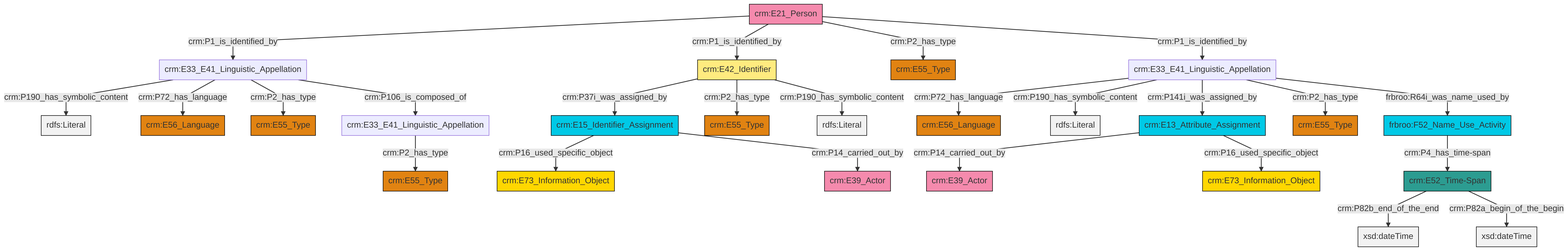
Before: et/personCSV/ttl/mmd/png/Person_Names_and_Classification.png, a diagram exported from Mermaid (swiss-art-research-net/reference-data-models). Its source is kept beside it as et/personCSV/ttl/mmd/Person_Names_and_Classification.ttl.mmd.
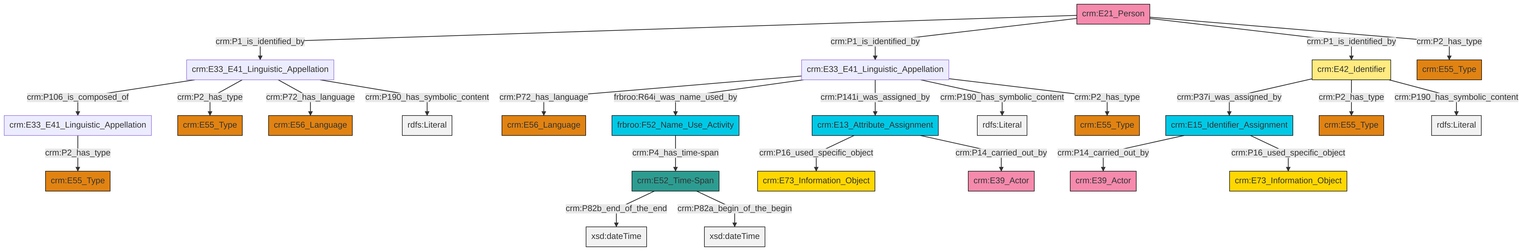
Above is the later version.

What changed in the source:
```diff
@@ -13,27 +13,27 @@
 classDef PC_Classes fill:#4ce600, stroke:#000000;
 classDef Multi fill:#cccccc,stroke:#000000;
 
-0["crm:E33_E41_Linguistic_Appellation"]:::Default -->|crm:P190_has_symbolic_content| 1[rdfs:Literal]:::Literal
-10["crm:E52_Time-Span"]:::Time-Span -->|crm:P82b_end_of_the_end| 11[xsd:dateTime]:::Literal
-12["crm:E33_E41_Linguistic_Appellation"]:::Default -->|crm:P72_has_language| 8["crm:E56_Language"]:::Type
-13["crm:E13_Attribute_Assignment"]:::Temporal_Entity -->|crm:P14_carried_out_by| 14["crm:E39_Actor"]:::Actor
-12["crm:E33_E41_Linguistic_Appellation"]:::Default -->|crm:P190_has_symbolic_content| 17[rdfs:Literal]:::Literal
-20["crm:E15_Identifier_Assignment"]:::Temporal_Entity -->|crm:P16_used_specific_object| 2["crm:E73_Information_Object"]:::Conceptual_Object
-12["crm:E33_E41_Linguistic_Appellation"]:::Default -->|crm:P141i_was_assigned_by| 13["crm:E13_Attribute_Assignment"]:::Temporal_Entity
-24["crm:E21_Person"]:::Actor -->|crm:P1_is_identified_by| 0["crm:E33_E41_Linguistic_Appellation"]:::Default
-24["crm:E21_Person"]:::Actor -->|crm:P1_is_identified_by| 21["crm:E42_Identifier"]:::Appellation
-0["crm:E33_E41_Linguistic_Appellation"]:::Default -->|crm:P72_has_language| 18["crm:E56_Language"]:::Type
-13["crm:E13_Attribute_Assignment"]:::Temporal_Entity -->|crm:P16_used_specific_object| 30["crm:E73_Information_Object"]:::Conceptual_Object
-20["crm:E15_Identifier_Assignment"]:::Temporal_Entity -->|crm:P14_carried_out_by| 15["crm:E39_Actor"]:::Actor
-24["crm:E21_Person"]:::Actor -->|crm:P2_has_type| 25["crm:E55_Type"]:::Type
-28["frbroo:F52_Name_Use_Activity"]:::Temporal_Entity -->|crm:P4_has_time-span| 10["crm:E52_Time-Span"]:::Time-Span
-10["crm:E52_Time-Span"]:::Time-Span -->|crm:P82a_begin_of_the_begin| 35[xsd:dateTime]:::Literal
-0["crm:E33_E41_Linguistic_Appellation"]:::Default -->|crm:P2_has_type| 38["crm:E55_Type"]:::Type
-4["crm:E33_E41_Linguistic_Appellation"]:::Default -->|crm:P2_has_type| 33["crm:E55_Type"]:::Type
-21["crm:E42_Identifier"]:::Appellation -->|crm:P37i_was_assigned_by| 20["crm:E15_Identifier_Assignment"]:::Temporal_Entity
-24["crm:E21_Person"]:::Actor -->|crm:P1_is_identified_by| 12["crm:E33_E41_Linguistic_Appellation"]:::Default
-12["crm:E33_E41_Linguistic_Appellation"]:::Default -->|crm:P2_has_type| 6["crm:E55_Type"]:::Type
-12["crm:E33_E41_Linguistic_Appellation"]:::Default -->|frbroo:R64i_was_name_used_by| 28["frbroo:F52_Name_Use_Activity"]:::Temporal_Entity
-21["crm:E42_Identifier"]:::Appellation -->|crm:P2_has_type| 36["crm:E55_Type"]:::Type
-21["crm:E42_Identifier"]:::Appellation -->|crm:P190_has_symbolic_content| 42[rdfs:Literal]:::Literal
-0["crm:E33_E41_Linguistic_Appellation"]:::Default -->|crm:P106_is_composed_of| 4["crm:E33_E41_Linguistic_Appellation"]:::Default
+0["crm:E33_E41_Linguistic_Appellation"]:::Default -->|crm:P106_is_composed_of| 1["crm:E33_E41_Linguistic_Appellation"]:::Default
+6["crm:E33_E41_Linguistic_Appellation"]:::Default -->|crm:P72_has_language| 7["crm:E56_Language"]:::Type
+0["crm:E33_E41_Linguistic_Appellation"]:::Default -->|crm:P2_has_type| 10["crm:E55_Type"]:::Type
+13["crm:E13_Attribute_Assignment"]:::Temporal_Entity -->|crm:P16_used_specific_object| 4["crm:E73_Information_Object"]:::Conceptual_Object
+14["crm:E21_Person"]:::Actor -->|crm:P1_is_identified_by| 0["crm:E33_E41_Linguistic_Appellation"]:::Default
+0["crm:E33_E41_Linguistic_Appellation"]:::Default -->|crm:P72_has_language| 15["crm:E56_Language"]:::Type
+16["crm:E42_Identifier"]:::Appellation -->|crm:P37i_was_assigned_by| 17["crm:E15_Identifier_Assignment"]:::Temporal_Entity
+6["crm:E33_E41_Linguistic_Appellation"]:::Default -->|frbroo:R64i_was_name_used_by| 18["frbroo:F52_Name_Use_Activity"]:::Temporal_Entity
+1["crm:E33_E41_Linguistic_Appellation"]:::Default -->|crm:P2_has_type| 8["crm:E55_Type"]:::Type
+14["crm:E21_Person"]:::Actor -->|crm:P1_is_identified_by| 6["crm:E33_E41_Linguistic_Appellation"]:::Default
+21["crm:E52_Time-Span"]:::Time-Span -->|crm:P82b_end_of_the_end| 22[xsd:dateTime]:::Literal
+16["crm:E42_Identifier"]:::Appellation -->|crm:P2_has_type| 23["crm:E55_Type"]:::Type
+17["crm:E15_Identifier_Assignment"]:::Temporal_Entity -->|crm:P14_carried_out_by| 19["crm:E39_Actor"]:::Actor
+0["crm:E33_E41_Linguistic_Appellation"]:::Default -->|crm:P190_has_symbolic_content| 24[rdfs:Literal]:::Literal
+18["frbroo:F52_Name_Use_Activity"]:::Temporal_Entity -->|crm:P4_has_time-span| 21["crm:E52_Time-Span"]:::Time-Span
+16["crm:E42_Identifier"]:::Appellation -->|crm:P190_has_symbolic_content| 26[rdfs:Literal]:::Literal
+21["crm:E52_Time-Span"]:::Time-Span -->|crm:P82a_begin_of_the_begin| 28[xsd:dateTime]:::Literal
+6["crm:E33_E41_Linguistic_Appellation"]:::Default -->|crm:P141i_was_assigned_by| 13["crm:E13_Attribute_Assignment"]:::Temporal_Entity
+17["crm:E15_Identifier_Assignment"]:::Temporal_Entity -->|crm:P16_used_specific_object| 33["crm:E73_Information_Object"]:::Conceptual_Object
+13["crm:E13_Attribute_Assignment"]:::Temporal_Entity -->|crm:P14_carried_out_by| 29["crm:E39_Actor"]:::Actor
+6["crm:E33_E41_Linguistic_Appellation"]:::Default -->|crm:P190_has_symbolic_content| 37[rdfs:Literal]:::Literal
+14["crm:E21_Person"]:::Actor -->|crm:P1_is_identified_by| 16["crm:E42_Identifier"]:::Appellation
+14["crm:E21_Person"]:::Actor -->|crm:P2_has_type| 2["crm:E55_Type"]:::Type
+6["crm:E33_E41_Linguistic_Appellation"]:::Default -->|crm:P2_has_type| 34["crm:E55_Type"]:::Type
```
